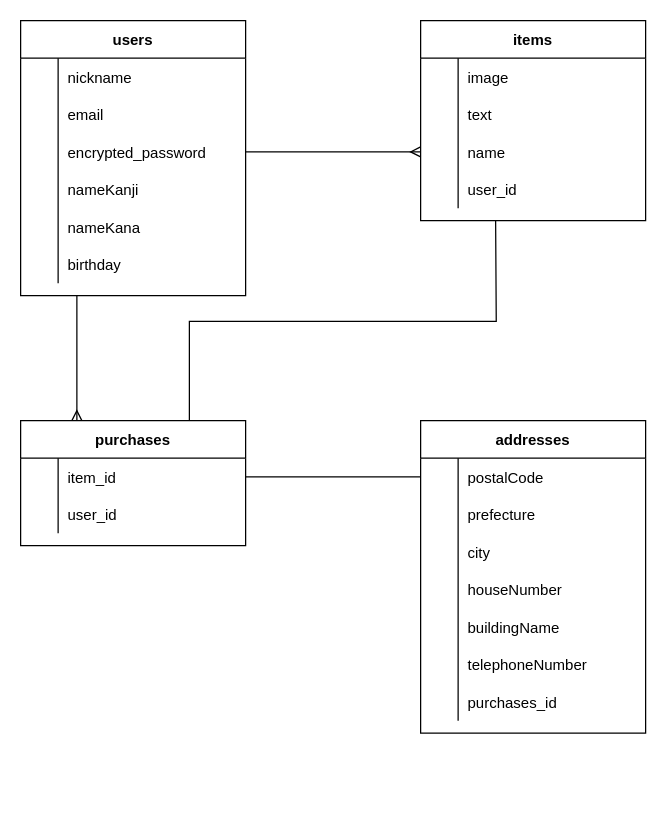
This is test.dio from keisuzuk-rush/furima-36389, a draw.io file, before an edit. Source tidied: cells renumbered, new cells numbered last; positions are measured from the earlier drawing's top-left corner, leaving out a move shared by most shapes. Both pictures are drawn from the tidied source at 125%, with x=0, y=0 at pixel (20, 20).
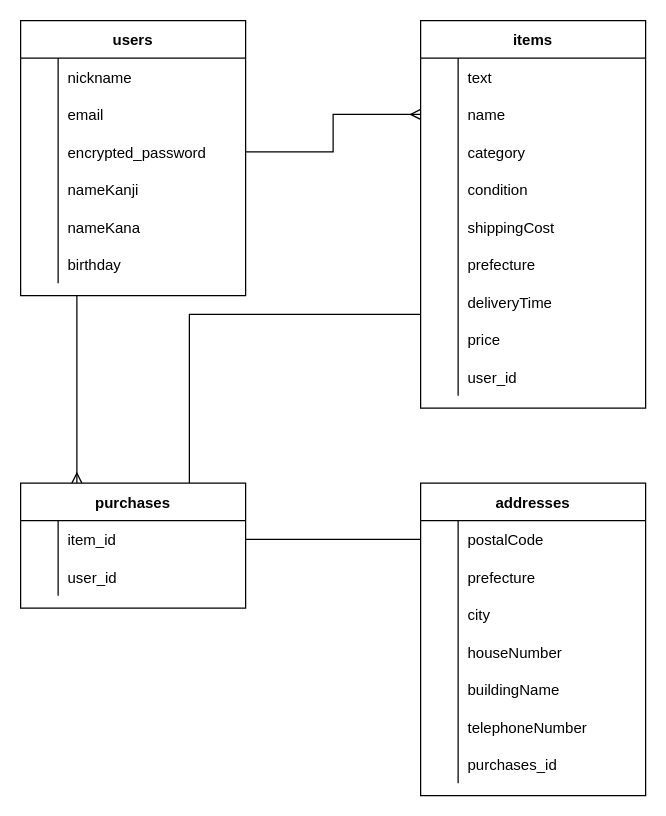
Above is the later version.

Commit message (it also covers changes not shown here):
READMEにデータベース設計の記述修正１

What changed in the source:
```diff
@@
     <mxCell id="22" value="addresses" style="shape=table;startSize=30;childLayout=tableLayout;rowLines=0;fontStyle=1;align=center;" parent="1" vertex="1">
-      <mxGeometry x="320" y="320" width="180" height="250" as="geometry" />
+      <mxGeometry x="320" y="370" width="180" height="250" as="geometry" />
     </mxCell>
@@
-    <mxCell id="44" style="edgeStyle=orthogonalEdgeStyle;rounded=0;jettySize=auto;html=1;exitX=0.75;exitY=0;exitDx=0;exitDy=0;endArrow=none;endFill=0;" parent="1" edge="1" source="45">
-      <mxGeometry relative="1" as="geometry">
-        <mxPoint x="380" y="160" as="targetPoint" />
-      </mxGeometry>
+    <mxCell id="44" style="edgeStyle=orthogonalEdgeStyle;rounded=0;jettySize=auto;html=1;exitX=0.75;exitY=0;exitDx=0;exitDy=0;endArrow=none;endFill=0;entryX=0;entryY=0.833;entryDx=0;entryDy=0;entryPerimeter=0;" parent="1" edge="1" source="45" target="76">
+      <mxGeometry relative="1" as="geometry" />
     </mxCell>
     <mxCell id="45" value="purchases" style="shape=table;startSize=30;childLayout=tableLayout;rowLines=0;fontStyle=1;align=center;" parent="1" vertex="1">
-      <mxGeometry y="320" width="180" height="100" as="geometry" />
+      <mxGeometry y="370" width="180" height="100" as="geometry" />
     </mxCell>
@@
     <mxCell id="52" value="items" style="shape=table;startSize=30;childLayout=tableLayout;rowLines=0;fontStyle=1;align=center;" parent="1" vertex="1">
-      <mxGeometry x="320" width="180" height="160" as="geometry" />
+      <mxGeometry x="320" width="180" height="310" as="geometry" />
     </mxCell>
-    <mxCell id="53" style="shape=partialRectangle;fillColor=none;top=0;left=0;bottom=0;right=0;" parent="52" vertex="1">
-      <mxGeometry y="30" width="180" height="30" as="geometry" />
-    </mxCell>
-    <mxCell id="54" style="shape=partialRectangle;fillColor=none;top=0;left=0;bottom=0;right=0;overflow=hidden;" parent="53" vertex="1">
-      <mxGeometry width="30" height="30" as="geometry" />
-    </mxCell>
-    <mxCell id="55" value="image" style="shape=partialRectangle;fillColor=none;top=0;left=0;bottom=0;right=0;align=left;spacingLeft=6;overflow=hidden;" parent="53" vertex="1">
-      <mxGeometry x="30" width="150" height="30" as="geometry" />
-    </mxCell>
     <mxCell id="56" style="shape=partialRectangle;fillColor=none;top=0;left=0;bottom=0;right=0;" parent="52" vertex="1">
-      <mxGeometry y="60" width="180" height="30" as="geometry" />
+      <mxGeometry y="30" width="180" height="30" as="geometry" />
     </mxCell>
@@
     <mxCell id="59" style="shape=partialRectangle;fillColor=none;top=0;left=0;bottom=0;right=0;points=[[0,0.5],[1,0.5]];portConstraint=eastwest;" parent="52" vertex="1">
-      <mxGeometry y="90" width="180" height="30" as="geometry" />
+      <mxGeometry y="60" width="180" height="30" as="geometry" />
     </mxCell>
@@
     <mxCell id="62" style="shape=partialRectangle;fillColor=none;top=0;left=0;bottom=0;right=0;" parent="52" vertex="1">
-      <mxGeometry y="120" width="180" height="30" as="geometry" />
+      <mxGeometry y="90" width="180" height="30" as="geometry" />
     </mxCell>
@@
-    <mxCell id="64" value="user_id" style="shape=partialRectangle;fillColor=none;top=0;left=0;bottom=0;right=0;align=left;spacingLeft=6;overflow=hidden;" parent="62" vertex="1">
+    <mxCell id="64" value="category" style="shape=partialRectangle;fillColor=none;top=0;left=0;bottom=0;right=0;align=left;spacingLeft=6;overflow=hidden;" parent="62" vertex="1">
       <mxGeometry x="30" width="150" height="30" as="geometry" />
     </mxCell>
+    <mxCell id="67" style="shape=partialRectangle;fillColor=none;top=0;left=0;bottom=0;right=0;" parent="52" vertex="1">
+      <mxGeometry y="120" width="180" height="30" as="geometry" />
+    </mxCell>
+    <mxCell id="68" style="shape=partialRectangle;fillColor=none;top=0;left=0;bottom=0;right=0;overflow=hidden;" parent="67" vertex="1">
+      <mxGeometry width="30" height="30" as="geometry" />
+    </mxCell>
+    <mxCell id="69" value="condition" style="shape=partialRectangle;fillColor=none;top=0;left=0;bottom=0;right=0;align=left;spacingLeft=6;overflow=hidden;" parent="67" vertex="1">
+      <mxGeometry x="30" width="150" height="30" as="geometry" />
+    </mxCell>
+    <mxCell id="70" style="shape=partialRectangle;fillColor=none;top=0;left=0;bottom=0;right=0;" parent="52" vertex="1">
+      <mxGeometry y="150" width="180" height="30" as="geometry" />
+    </mxCell>
+    <mxCell id="71" style="shape=partialRectangle;fillColor=none;top=0;left=0;bottom=0;right=0;overflow=hidden;" parent="70" vertex="1">
+      <mxGeometry width="30" height="30" as="geometry" />
+    </mxCell>
+    <mxCell id="72" value="shippingCost" style="shape=partialRectangle;fillColor=none;top=0;left=0;bottom=0;right=0;align=left;spacingLeft=6;overflow=hidden;" parent="70" vertex="1">
+      <mxGeometry x="30" width="150" height="30" as="geometry" />
+    </mxCell>
+    <mxCell id="73" style="shape=partialRectangle;fillColor=none;top=0;left=0;bottom=0;right=0;" parent="52" vertex="1">
+      <mxGeometry y="180" width="180" height="30" as="geometry" />
+    </mxCell>
+    <mxCell id="74" style="shape=partialRectangle;fillColor=none;top=0;left=0;bottom=0;right=0;overflow=hidden;" parent="73" vertex="1">
+      <mxGeometry width="30" height="30" as="geometry" />
+    </mxCell>
+    <mxCell id="75" value="prefecture" style="shape=partialRectangle;fillColor=none;top=0;left=0;bottom=0;right=0;align=left;spacingLeft=6;overflow=hidden;" parent="73" vertex="1">
+      <mxGeometry x="30" width="150" height="30" as="geometry" />
+    </mxCell>
+    <mxCell id="76" style="shape=partialRectangle;fillColor=none;top=0;left=0;bottom=0;right=0;points=[[0,0.5],[1,0.5]];portConstraint=eastwest;" parent="52" vertex="1">
+      <mxGeometry y="210" width="180" height="30" as="geometry" />
+    </mxCell>
+    <mxCell id="77" style="shape=partialRectangle;fillColor=none;top=0;left=0;bottom=0;right=0;overflow=hidden;" parent="76" vertex="1">
+      <mxGeometry width="30" height="30" as="geometry" />
+    </mxCell>
+    <mxCell id="78" value="deliveryTime" style="shape=partialRectangle;fillColor=none;top=0;left=0;bottom=0;right=0;align=left;spacingLeft=6;overflow=hidden;" parent="76" vertex="1">
+      <mxGeometry x="30" width="150" height="30" as="geometry" />
+    </mxCell>
+    <mxCell id="79" style="shape=partialRectangle;fillColor=none;top=0;left=0;bottom=0;right=0;" parent="52" vertex="1">
+      <mxGeometry y="240" width="180" height="30" as="geometry" />
+    </mxCell>
+    <mxCell id="80" style="shape=partialRectangle;fillColor=none;top=0;left=0;bottom=0;right=0;overflow=hidden;" parent="79" vertex="1">
+      <mxGeometry width="30" height="30" as="geometry" />
+    </mxCell>
+    <mxCell id="81" value="price" style="shape=partialRectangle;fillColor=none;top=0;left=0;bottom=0;right=0;align=left;spacingLeft=6;overflow=hidden;" parent="79" vertex="1">
+      <mxGeometry x="30" width="150" height="30" as="geometry" />
+    </mxCell>
+    <mxCell id="82" style="shape=partialRectangle;fillColor=none;top=0;left=0;bottom=0;right=0;" parent="52" vertex="1">
+      <mxGeometry y="270" width="180" height="30" as="geometry" />
+    </mxCell>
+    <mxCell id="83" style="shape=partialRectangle;fillColor=none;top=0;left=0;bottom=0;right=0;overflow=hidden;" parent="82" vertex="1">
+      <mxGeometry width="30" height="30" as="geometry" />
+    </mxCell>
+    <mxCell id="84" value="user_id" style="shape=partialRectangle;fillColor=none;top=0;left=0;bottom=0;right=0;align=left;spacingLeft=6;overflow=hidden;" parent="82" vertex="1">
+      <mxGeometry x="30" width="150" height="30" as="geometry" />
+    </mxCell>
```
